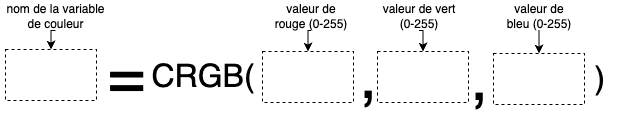
Above: m5stack/units/angle/code_crgb.drawio.png in thomasfredericks/aide (draw.io), before the change. Source tidied: cells renumbered, new cells last; positions are measured from the earlier drawing's top-left corner, leaving out a move shared by most shapes. Its diagram source:
```xml
<mxGraphModel>
  <root>
    <mxCell id="0" />
    <mxCell id="1" parent="0" />
    <mxCell id="2" style="rounded=0;whiteSpace=wrap;html=1;dashed=1;fillColor=none;" parent="1" vertex="1">
      <mxGeometry x="5" y="49" width="91" height="51" as="geometry" />
    </mxCell>
    <mxCell id="3" style="edgeStyle=orthogonalEdgeStyle;rounded=0;jettySize=auto;html=1;exitX=0.5;exitY=1;exitDx=0;exitDy=0;entryX=0.5;entryY=0;entryDx=0;entryDy=0;" parent="1" edge="1" source="4" target="2">
      <mxGeometry relative="1" as="geometry" />
    </mxCell>
    <mxCell id="4" value="nom de la variable de couleur" style="text;html=1;align=center;verticalAlign=middle;whiteSpace=wrap;rounded=0;" parent="1" vertex="1">
      <mxGeometry width="110" height="30" as="geometry" />
    </mxCell>
    <mxCell id="5" value="&lt;font style=&quot;font-size: 64px;&quot;&gt;=&lt;/font&gt;" style="text;html=1;align=left;verticalAlign=middle;whiteSpace=wrap;rounded=0;" parent="1" vertex="1">
      <mxGeometry x="105" y="47" width="51" height="55" as="geometry" />
    </mxCell>
    <mxCell id="6" value="&lt;font style=&quot;font-size: 32px;&quot;&gt;CRGB(&lt;/font&gt;" style="text;html=1;align=left;verticalAlign=middle;whiteSpace=wrap;rounded=0;" parent="1" vertex="1">
      <mxGeometry x="149" y="47" width="113" height="55" as="geometry" />
    </mxCell>
    <mxCell id="7" style="rounded=0;whiteSpace=wrap;html=1;dashed=1;fillColor=none;" parent="1" vertex="1">
      <mxGeometry x="262" y="51" width="91" height="51" as="geometry" />
    </mxCell>
    <mxCell id="8" value="&lt;font style=&quot;font-size: 64px;&quot;&gt;,&lt;/font&gt;" style="text;html=1;align=left;verticalAlign=middle;whiteSpace=wrap;rounded=0;" parent="1" vertex="1">
      <mxGeometry x="357" y="47" width="23" height="55" as="geometry" />
    </mxCell>
    <mxCell id="9" style="rounded=0;whiteSpace=wrap;html=1;dashed=1;fillColor=none;" parent="1" vertex="1">
      <mxGeometry x="377" y="51" width="91" height="51" as="geometry" />
    </mxCell>
    <mxCell id="10" style="rounded=0;whiteSpace=wrap;html=1;dashed=1;fillColor=none;" parent="1" vertex="1">
      <mxGeometry x="493" y="53" width="91" height="51" as="geometry" />
    </mxCell>
    <mxCell id="11" value="&lt;font style=&quot;font-size: 64px;&quot;&gt;,&lt;/font&gt;" style="text;html=1;align=left;verticalAlign=middle;whiteSpace=wrap;rounded=0;" parent="1" vertex="1">
      <mxGeometry x="468" y="49" width="23" height="55" as="geometry" />
    </mxCell>
    <mxCell id="12" value="&lt;span style=&quot;font-size: 32px;&quot;&gt;)&lt;/span&gt;" style="text;html=1;align=left;verticalAlign=middle;whiteSpace=wrap;rounded=0;" parent="1" vertex="1">
      <mxGeometry x="592" y="49" width="27" height="55" as="geometry" />
    </mxCell>
    <mxCell id="13" style="edgeStyle=orthogonalEdgeStyle;rounded=0;jettySize=auto;html=1;exitX=0.5;exitY=1;exitDx=0;exitDy=0;entryX=0.5;entryY=0;entryDx=0;entryDy=0;" parent="1" edge="1" source="14" target="7">
      <mxGeometry relative="1" as="geometry" />
    </mxCell>
    <mxCell id="14" value="valeur de rouge (0-255)" style="text;html=1;align=center;verticalAlign=middle;whiteSpace=wrap;rounded=0;" parent="1" vertex="1">
      <mxGeometry x="272" width="77" height="30" as="geometry" />
    </mxCell>
    <mxCell id="15" style="edgeStyle=orthogonalEdgeStyle;rounded=0;jettySize=auto;html=1;exitX=0.5;exitY=1;exitDx=0;exitDy=0;entryX=0.5;entryY=0;entryDx=0;entryDy=0;" parent="1" edge="1" source="16" target="9">
      <mxGeometry relative="1" as="geometry" />
    </mxCell>
    <mxCell id="16" value="valeur de vert (0-255)" style="text;html=1;align=center;verticalAlign=middle;whiteSpace=wrap;rounded=0;" parent="1" vertex="1">
      <mxGeometry x="380" width="77" height="30" as="geometry" />
    </mxCell>
    <mxCell id="17" style="edgeStyle=orthogonalEdgeStyle;rounded=0;jettySize=auto;html=1;exitX=0.5;exitY=1;exitDx=0;exitDy=0;entryX=0.5;entryY=0;entryDx=0;entryDy=0;" parent="1" edge="1" source="18" target="10">
      <mxGeometry relative="1" as="geometry" />
    </mxCell>
    <mxCell id="18" value="valeur de bleu (0-255)" style="text;html=1;align=center;verticalAlign=middle;whiteSpace=wrap;rounded=0;" parent="1" vertex="1">
      <mxGeometry x="500" width="77" height="30" as="geometry" />
    </mxCell>
  </root>
</mxGraphModel>
```
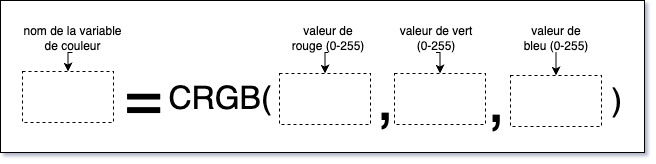
After the change.

Diff of the diagram source:
```diff
@@ -1,7 +1,10 @@
-<mxGraphModel>
+<mxGraphModel background="#ffffff" shadow="1">
   <root>
     <mxCell id="0" />
     <mxCell id="1" parent="0" />
+    <mxCell id="19" style="rounded=0;whiteSpace=wrap;html=1;" parent="1" vertex="1">
+      <mxGeometry x="-17" y="-22" width="644" height="152" as="geometry" />
+    </mxCell>
     <mxCell id="2" style="rounded=0;whiteSpace=wrap;html=1;dashed=1;fillColor=none;" parent="1" vertex="1">
       <mxGeometry x="5" y="49" width="91" height="51" as="geometry" />
     </mxCell>
```
